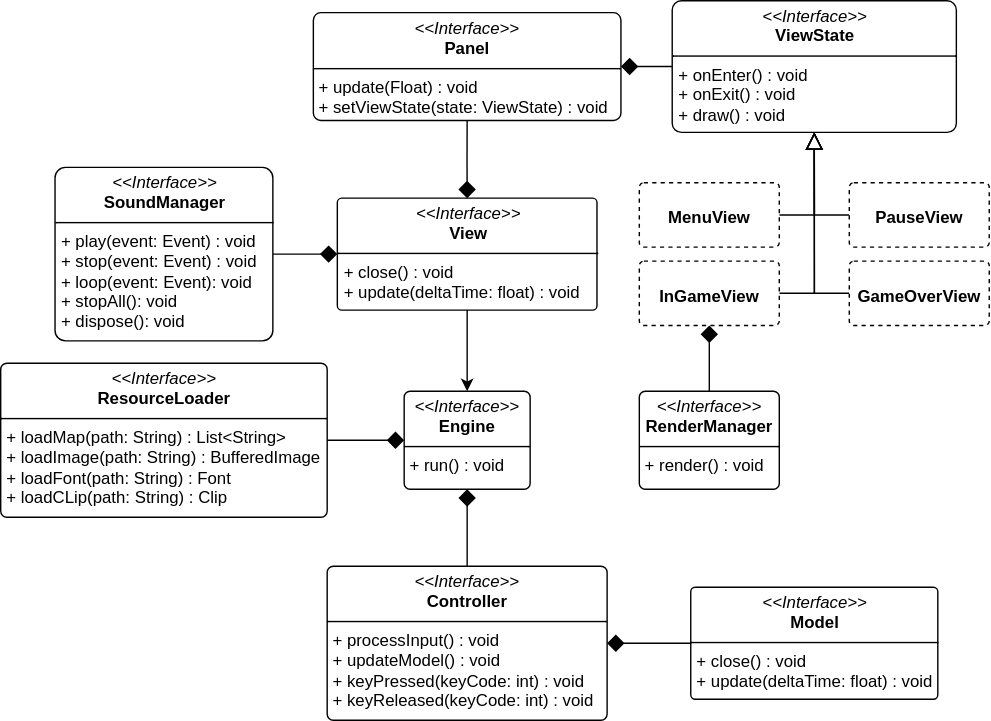
The draw.io diagram report/svg/MVC.svg in unibo-oop-projects/OOP24-AlessandroRebosio-FilippoRicciotti-Grace-GraziaBochdanovits-RenovateBot-coffeBreak, before a commit. Source tidied: cells renumbered, new cells last; positions are measured from the earlier drawing's top-left corner, leaving out a move shared by most shapes. The source it was exported from:
```xml
<mxGraphModel>
  <root>
    <mxCell id="0" />
    <mxCell id="1" parent="0" />
    <mxCell id="2" style="edgeStyle=orthogonalEdgeStyle;rounded=0;jettySize=auto;html=1;exitX=0.5;exitY=1;exitDx=0;exitDy=0;" parent="1" edge="1" source="3" target="20">
      <mxGeometry relative="1" as="geometry" />
    </mxCell>
    <mxCell id="3" value="&lt;p style=&quot;margin:0px;margin-top:4px;text-align:center;&quot;&gt;&lt;i&gt;&amp;lt;&amp;lt;Interface&amp;gt;&amp;gt;&lt;/i&gt;&lt;br&gt;&lt;b&gt;View&lt;/b&gt;&lt;/p&gt;&lt;hr size=&quot;1&quot; style=&quot;border-style:solid;&quot;&gt;&lt;p style=&quot;margin:0px;margin-left:4px;&quot;&gt;&lt;span style=&quot;background-color: transparent; color: light-dark(rgb(0, 0, 0), rgb(255, 255, 255));&quot;&gt;+ close() : void&lt;/span&gt;&lt;/p&gt;&lt;p style=&quot;margin:0px;margin-left:4px;&quot;&gt;&lt;span style=&quot;background-color: transparent; color: light-dark(rgb(0, 0, 0), rgb(255, 255, 255));&quot;&gt;+ update(deltaTime: float) : void&lt;/span&gt;&lt;/p&gt;" style="verticalAlign=top;align=left;overflow=fill;html=1;whiteSpace=wrap;rounded=1;arcSize=4;" parent="1" vertex="1">
      <mxGeometry x="240.5" y="141" width="185.5" height="80" as="geometry" />
    </mxCell>
    <mxCell id="4" style="edgeStyle=orthogonalEdgeStyle;rounded=0;jettySize=auto;html=1;exitX=0.5;exitY=1;exitDx=0;exitDy=0;entryX=0.5;entryY=0;entryDx=0;entryDy=0;endSize=10;endArrow=diamond;endFill=1;" parent="1" edge="1" source="5" target="3">
      <mxGeometry relative="1" as="geometry" />
    </mxCell>
    <mxCell id="5" value="&lt;p style=&quot;margin:0px;margin-top:4px;text-align:center;&quot;&gt;&lt;i&gt;&amp;lt;&amp;lt;Interface&amp;gt;&amp;gt;&lt;/i&gt;&lt;br&gt;&lt;b&gt;Panel&lt;/b&gt;&lt;/p&gt;&lt;hr size=&quot;1&quot; style=&quot;border-style:solid;&quot;&gt;&lt;p style=&quot;margin:0px;margin-left:4px;&quot;&gt;&lt;span style=&quot;text-align: center;&quot;&gt;+ update(Float) : void&lt;/span&gt;&lt;br style=&quot;text-align: center;&quot;&gt;&lt;span style=&quot;text-align: center;&quot;&gt;+ setViewState(state: ViewState) : void&lt;/span&gt;&lt;/p&gt;" style="verticalAlign=top;align=left;overflow=fill;html=1;whiteSpace=wrap;rounded=1;arcSize=7;" parent="1" vertex="1">
      <mxGeometry x="223.4" y="8.5" width="219.8" height="77" as="geometry" />
    </mxCell>
    <mxCell id="6" style="edgeStyle=orthogonalEdgeStyle;rounded=0;jettySize=auto;html=1;exitX=0;exitY=0.5;exitDx=0;exitDy=0;entryX=1;entryY=0.5;entryDx=0;entryDy=0;endSize=10;endArrow=diamond;endFill=1;" parent="1" edge="1" source="7" target="5">
      <mxGeometry relative="1" as="geometry" />
    </mxCell>
    <mxCell id="7" value="&lt;p style=&quot;margin:0px;margin-top:4px;text-align:center;&quot;&gt;&lt;i&gt;&amp;lt;&amp;lt;Interface&amp;gt;&amp;gt;&lt;/i&gt;&lt;br&gt;&lt;b&gt;ViewState&lt;/b&gt;&lt;/p&gt;&lt;hr size=&quot;1&quot; style=&quot;border-style:solid;&quot;&gt;&lt;p style=&quot;margin:0px;margin-left:4px;&quot;&gt;&lt;span style=&quot;text-align: center;&quot;&gt;+ onEnter() : void&lt;/span&gt;&lt;br style=&quot;text-align: center;&quot;&gt;&lt;span style=&quot;text-align: center;&quot;&gt;+ onExit() : void&lt;/span&gt;&lt;br style=&quot;text-align: center;&quot;&gt;&lt;span style=&quot;text-align: center;&quot;&gt;+ draw() : void&lt;/span&gt;&lt;/p&gt;" style="verticalAlign=top;align=left;overflow=fill;html=1;whiteSpace=wrap;rounded=1;arcSize=7;" parent="1" vertex="1">
      <mxGeometry x="479.8" width="203" height="94" as="geometry" />
    </mxCell>
    <mxCell id="8" style="edgeStyle=orthogonalEdgeStyle;rounded=0;jettySize=auto;html=1;exitX=1;exitY=0.5;exitDx=0;exitDy=0;endSize=10;endArrow=diamond;endFill=1;" parent="1" edge="1" source="9" target="3">
      <mxGeometry relative="1" as="geometry" />
    </mxCell>
    <mxCell id="9" value="&lt;p style=&quot;margin:0px;margin-top:4px;text-align:center;&quot;&gt;&lt;i&gt;&amp;lt;&amp;lt;Interface&amp;gt;&amp;gt;&lt;/i&gt;&lt;br&gt;&lt;b&gt;SoundManager&lt;/b&gt;&lt;/p&gt;&lt;hr size=&quot;1&quot; style=&quot;border-style:solid;&quot;&gt;&lt;p style=&quot;margin:0px;margin-left:4px;&quot;&gt;&lt;span style=&quot;&quot;&gt;+ play(event: Event) : void&lt;/span&gt;&lt;br style=&quot;&quot;&gt;&lt;span style=&quot;&quot;&gt;+ stop(event: Event) : void&lt;/span&gt;&lt;/p&gt;&lt;p style=&quot;margin:0px;margin-left:4px;&quot;&gt;&lt;span style=&quot;&quot;&gt;+ loop(event: Event): void&lt;/span&gt;&lt;/p&gt;&lt;p style=&quot;margin:0px;margin-left:4px;&quot;&gt;&lt;span style=&quot;&quot;&gt;+ stopAll(): void&lt;/span&gt;&lt;/p&gt;&lt;p style=&quot;margin:0px;margin-left:4px;&quot;&gt;&lt;span style=&quot;&quot;&gt;+ dispose(): void&lt;/span&gt;&lt;/p&gt;" style="verticalAlign=top;align=left;overflow=fill;html=1;whiteSpace=wrap;rounded=1;arcSize=6;" parent="1" vertex="1">
      <mxGeometry x="38.8" y="119" width="155.6" height="124" as="geometry" />
    </mxCell>
    <mxCell id="10" style="edgeStyle=orthogonalEdgeStyle;rounded=0;jettySize=auto;html=1;exitX=1;exitY=0.5;exitDx=0;exitDy=0;entryX=0.5;entryY=1;entryDx=0;entryDy=0;endSize=10;endArrow=block;endFill=0;" parent="1" edge="1" source="11" target="7">
      <mxGeometry relative="1" as="geometry" />
    </mxCell>
    <mxCell id="11" value="&lt;p style=&quot;margin:0px;margin-top:4px;text-align:center;&quot;&gt;&lt;br&gt;&lt;b&gt;MenuView&lt;/b&gt;&lt;/p&gt;" style="verticalAlign=top;align=left;overflow=fill;html=1;whiteSpace=wrap;rounded=1;arcSize=7;dashed=1;" parent="1" vertex="1">
      <mxGeometry x="456.2" y="130" width="100" height="46" as="geometry" />
    </mxCell>
    <mxCell id="12" style="edgeStyle=orthogonalEdgeStyle;rounded=0;jettySize=auto;html=1;exitX=1;exitY=0.5;exitDx=0;exitDy=0;entryX=0.5;entryY=1;entryDx=0;entryDy=0;endSize=10;endArrow=block;endFill=0;" parent="1" edge="1" source="13" target="7">
      <mxGeometry relative="1" as="geometry" />
    </mxCell>
    <mxCell id="13" value="&lt;p style=&quot;margin:0px;margin-top:4px;text-align:center;&quot;&gt;&lt;br&gt;&lt;b&gt;InGameView&lt;/b&gt;&lt;/p&gt;" style="verticalAlign=top;align=left;overflow=fill;html=1;whiteSpace=wrap;rounded=1;arcSize=7;dashed=1;" parent="1" vertex="1">
      <mxGeometry x="456.2" y="186" width="100" height="46" as="geometry" />
    </mxCell>
    <mxCell id="14" style="edgeStyle=orthogonalEdgeStyle;rounded=0;jettySize=auto;html=1;exitX=0;exitY=0.5;exitDx=0;exitDy=0;entryX=0.5;entryY=1;entryDx=0;entryDy=0;endSize=10;endArrow=block;endFill=0;" parent="1" edge="1" source="15" target="7">
      <mxGeometry relative="1" as="geometry" />
    </mxCell>
    <mxCell id="15" value="&lt;p style=&quot;margin:0px;margin-top:4px;text-align:center;&quot;&gt;&lt;br&gt;&lt;b&gt;GameOverView&lt;/b&gt;&lt;/p&gt;" style="verticalAlign=top;align=left;overflow=fill;html=1;whiteSpace=wrap;rounded=1;arcSize=7;dashed=1;" parent="1" vertex="1">
      <mxGeometry x="606.2" y="186" width="100" height="46" as="geometry" />
    </mxCell>
    <mxCell id="16" style="edgeStyle=orthogonalEdgeStyle;rounded=0;jettySize=auto;html=1;exitX=0;exitY=0.5;exitDx=0;exitDy=0;entryX=0.5;entryY=1;entryDx=0;entryDy=0;endSize=10;endArrow=block;endFill=0;" parent="1" edge="1" source="17" target="7">
      <mxGeometry relative="1" as="geometry" />
    </mxCell>
    <mxCell id="17" value="&lt;p style=&quot;margin:0px;margin-top:4px;text-align:center;&quot;&gt;&lt;br&gt;&lt;b&gt;PauseView&lt;/b&gt;&lt;/p&gt;" style="verticalAlign=top;align=left;overflow=fill;html=1;whiteSpace=wrap;rounded=1;arcSize=7;dashed=1;" parent="1" vertex="1">
      <mxGeometry x="606.2" y="130" width="100" height="46" as="geometry" />
    </mxCell>
    <mxCell id="18" style="edgeStyle=orthogonalEdgeStyle;rounded=0;jettySize=auto;html=1;exitX=0.5;exitY=0;exitDx=0;exitDy=0;entryX=0.5;entryY=1;entryDx=0;entryDy=0;endSize=10;endArrow=diamond;endFill=1;" parent="1" edge="1" source="19" target="13">
      <mxGeometry relative="1" as="geometry" />
    </mxCell>
    <mxCell id="19" value="&lt;p style=&quot;margin:0px;margin-top:4px;text-align:center;&quot;&gt;&lt;i&gt;&amp;lt;&amp;lt;Interface&amp;gt;&amp;gt;&lt;/i&gt;&lt;br&gt;&lt;b&gt;RenderManager&lt;/b&gt;&lt;/p&gt;&lt;hr size=&quot;1&quot; style=&quot;border-style:solid;&quot;&gt;&lt;p style=&quot;margin:0px;margin-left:4px;&quot;&gt;&lt;span style=&quot;text-align: center;&quot;&gt;+ render() : void&lt;/span&gt;&lt;br&gt;&lt;/p&gt;" style="verticalAlign=top;align=left;overflow=fill;html=1;whiteSpace=wrap;rounded=1;arcSize=6;" parent="1" vertex="1">
      <mxGeometry x="456.2" y="279" width="100" height="70" as="geometry" />
    </mxCell>
    <mxCell id="20" value="&lt;p style=&quot;margin:0px;margin-top:4px;text-align:center;&quot;&gt;&lt;i&gt;&amp;lt;&amp;lt;Interface&amp;gt;&amp;gt;&lt;/i&gt;&lt;br&gt;&lt;b&gt;Engine&lt;/b&gt;&lt;/p&gt;&lt;hr size=&quot;1&quot; style=&quot;border-style:solid;&quot;&gt;&lt;p style=&quot;margin:0px;margin-left:4px;&quot;&gt;+ run() : void&lt;/p&gt;" style="verticalAlign=top;align=left;overflow=fill;html=1;whiteSpace=wrap;rounded=1;arcSize=6;" parent="1" vertex="1">
      <mxGeometry x="288.2" y="279" width="90" height="70" as="geometry" />
    </mxCell>
    <mxCell id="21" style="edgeStyle=orthogonalEdgeStyle;rounded=0;jettySize=auto;html=1;exitX=1;exitY=0.5;exitDx=0;exitDy=0;entryX=0;entryY=0.5;entryDx=0;entryDy=0;endArrow=diamond;endFill=1;endSize=10;" parent="1" edge="1" source="22" target="20">
      <mxGeometry relative="1" as="geometry" />
    </mxCell>
    <mxCell id="22" value="&lt;p style=&quot;margin:0px;margin-top:4px;text-align:center;&quot;&gt;&lt;i&gt;&amp;lt;&amp;lt;Interface&amp;gt;&amp;gt;&lt;/i&gt;&lt;br&gt;&lt;b&gt;ResourceLoader&lt;/b&gt;&lt;/p&gt;&lt;hr size=&quot;1&quot; style=&quot;border-style:solid;&quot;&gt;&lt;p style=&quot;margin:0px;margin-left:4px;&quot;&gt;+ loadMap(path: String) : List&amp;lt;String&amp;gt;&lt;/p&gt;&lt;p style=&quot;margin:0px;margin-left:4px;&quot;&gt;+ loadImage(path: String) : BufferedImage&lt;/p&gt;&lt;p style=&quot;margin:0px;margin-left:4px;&quot;&gt;+ loadFont(path: String) : Font&lt;/p&gt;&lt;p style=&quot;margin:0px;margin-left:4px;&quot;&gt;+ loadCLip(path: String) : Clip&lt;/p&gt;" style="verticalAlign=top;align=left;overflow=fill;html=1;whiteSpace=wrap;rounded=1;arcSize=4;" parent="1" vertex="1">
      <mxGeometry y="259" width="233.2" height="110" as="geometry" />
    </mxCell>
    <mxCell id="23" style="edgeStyle=orthogonalEdgeStyle;rounded=0;jettySize=auto;html=1;exitX=0;exitY=0.5;exitDx=0;exitDy=0;entryX=1;entryY=0.5;entryDx=0;entryDy=0;endArrow=diamond;endFill=1;endSize=10;" parent="1" edge="1" source="24" target="26">
      <mxGeometry relative="1" as="geometry" />
    </mxCell>
    <mxCell id="24" value="&lt;p style=&quot;margin:0px;margin-top:4px;text-align:center;&quot;&gt;&lt;i&gt;&amp;lt;&amp;lt;Interface&amp;gt;&amp;gt;&lt;/i&gt;&lt;br&gt;&lt;b&gt;Model&lt;/b&gt;&lt;/p&gt;&lt;hr size=&quot;1&quot; style=&quot;border-style:solid;&quot;&gt;&lt;p style=&quot;margin:0px;margin-left:4px;&quot;&gt;&lt;span style=&quot;background-color: transparent; color: light-dark(rgb(0, 0, 0), rgb(255, 255, 255));&quot;&gt;+ close() : void&lt;/span&gt;&lt;/p&gt;&lt;p style=&quot;margin:0px;margin-left:4px;&quot;&gt;&lt;span style=&quot;background-color: transparent; color: light-dark(rgb(0, 0, 0), rgb(255, 255, 255));&quot;&gt;+ update(deltaTime: float) : void&lt;/span&gt;&lt;/p&gt;" style="verticalAlign=top;align=left;overflow=fill;html=1;whiteSpace=wrap;rounded=1;arcSize=4;" parent="1" vertex="1">
      <mxGeometry x="493" y="419" width="176.5" height="80" as="geometry" />
    </mxCell>
    <mxCell id="25" style="edgeStyle=orthogonalEdgeStyle;rounded=0;jettySize=auto;html=1;exitX=0.5;exitY=0;exitDx=0;exitDy=0;entryX=0.5;entryY=1;entryDx=0;entryDy=0;endArrow=diamond;endFill=1;endSize=10;" parent="1" edge="1" source="26" target="20">
      <mxGeometry relative="1" as="geometry" />
    </mxCell>
    <mxCell id="26" value="&lt;p style=&quot;margin:0px;margin-top:4px;text-align:center;&quot;&gt;&lt;i&gt;&amp;lt;&amp;lt;Interface&amp;gt;&amp;gt;&lt;/i&gt;&lt;br&gt;&lt;b&gt;Controller&lt;/b&gt;&lt;/p&gt;&lt;hr size=&quot;1&quot; style=&quot;border-style:solid;&quot;&gt;&lt;p style=&quot;margin:0px;margin-left:4px;&quot;&gt;+ processInput() : void&lt;/p&gt;&lt;p style=&quot;margin:0px;margin-left:4px;&quot;&gt;+ updateModel() : void&lt;/p&gt;&lt;p style=&quot;margin:0px;margin-left:4px;&quot;&gt;+ keyPressed(keyCode: int) : void&amp;nbsp;&lt;/p&gt;&lt;p style=&quot;margin:0px;margin-left:4px;&quot;&gt;+ keyReleased(keyCode: int) : void&lt;/p&gt;" style="verticalAlign=top;align=left;overflow=fill;html=1;whiteSpace=wrap;rounded=1;arcSize=4;" parent="1" vertex="1">
      <mxGeometry x="233.2" y="404" width="200" height="110" as="geometry" />
    </mxCell>
  </root>
</mxGraphModel>
```
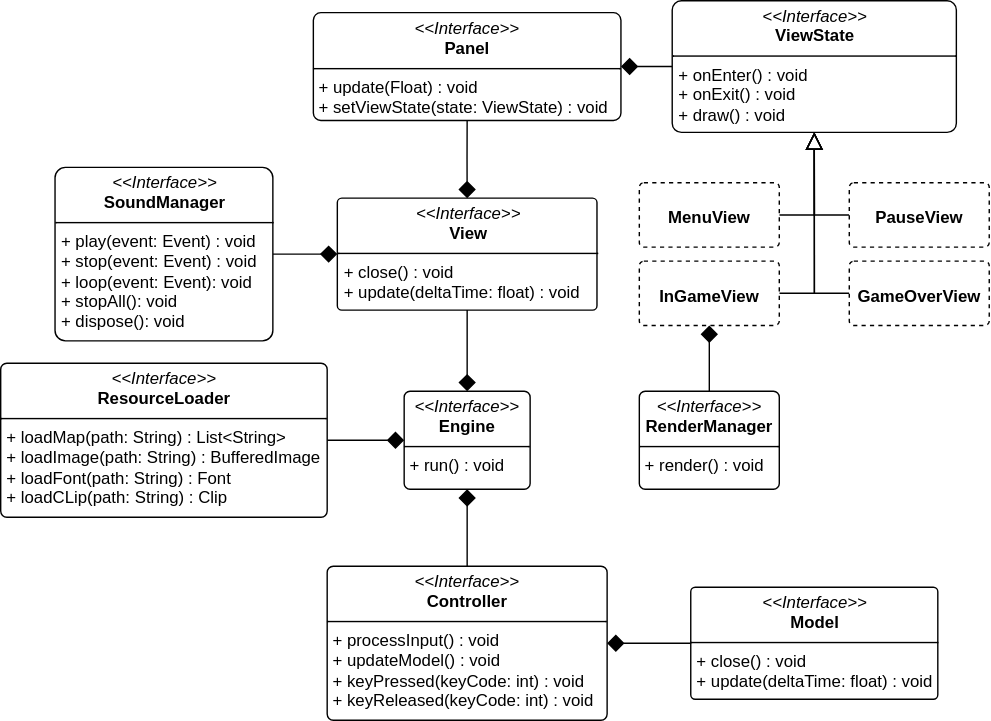
After the change.

Change to the diagram source:
```diff
@@ -2,7 +2,7 @@
   <root>
     <mxCell id="0" />
     <mxCell id="1" parent="0" />
-    <mxCell id="2" style="edgeStyle=orthogonalEdgeStyle;rounded=0;jettySize=auto;html=1;exitX=0.5;exitY=1;exitDx=0;exitDy=0;" parent="1" edge="1" source="3" target="20">
+    <mxCell id="2" style="edgeStyle=orthogonalEdgeStyle;rounded=0;jettySize=auto;html=1;exitX=0.5;exitY=1;exitDx=0;exitDy=0;endSize=10;endArrow=diamond;endFill=1;" parent="1" edge="1" source="3" target="20">
       <mxGeometry relative="1" as="geometry" />
     </mxCell>
     <mxCell id="3" value="&lt;p style=&quot;margin:0px;margin-top:4px;text-align:center;&quot;&gt;&lt;i&gt;&amp;lt;&amp;lt;Interface&amp;gt;&amp;gt;&lt;/i&gt;&lt;br&gt;&lt;b&gt;View&lt;/b&gt;&lt;/p&gt;&lt;hr size=&quot;1&quot; style=&quot;border-style:solid;&quot;&gt;&lt;p style=&quot;margin:0px;margin-left:4px;&quot;&gt;&lt;span style=&quot;background-color: transparent; color: light-dark(rgb(0, 0, 0), rgb(255, 255, 255));&quot;&gt;+ close() : void&lt;/span&gt;&lt;/p&gt;&lt;p style=&quot;margin:0px;margin-left:4px;&quot;&gt;&lt;span style=&quot;background-color: transparent; color: light-dark(rgb(0, 0, 0), rgb(255, 255, 255));&quot;&gt;+ update(deltaTime: float) : void&lt;/span&gt;&lt;/p&gt;" style="verticalAlign=top;align=left;overflow=fill;html=1;whiteSpace=wrap;rounded=1;arcSize=4;" parent="1" vertex="1">
```
